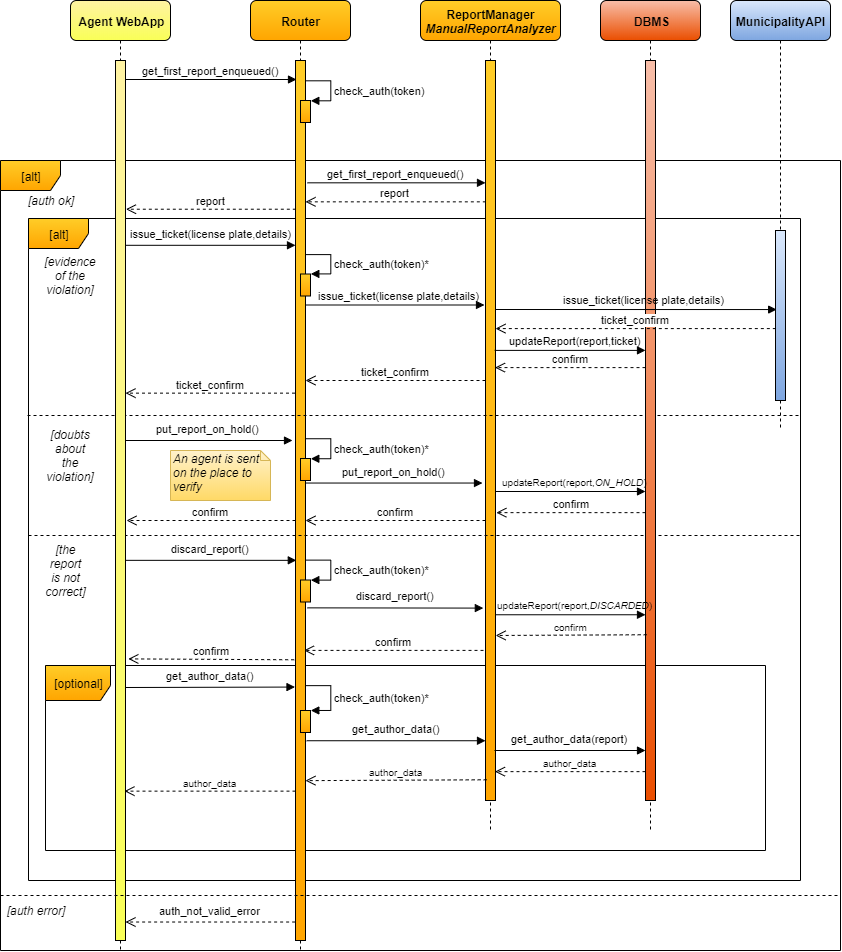
Earlier version of the draw.io export DD/img/ArchSequenceAgentCheckReport.png (SimoneSartoni/SoftwareEngineering2). Source tidied: cells renumbered, new cells last; positions are measured from the earlier drawing's top-left corner, leaving out a move shared by most shapes.
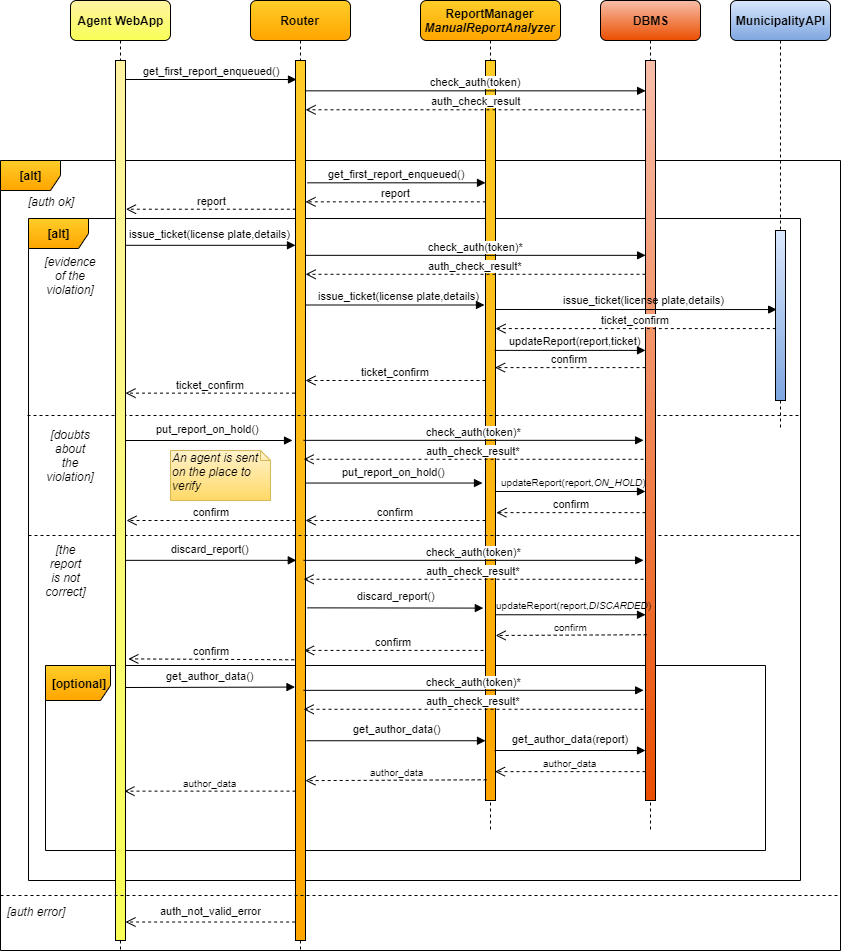
The same file after the commit.

Commit message:
sequence diagrams

Change to the diagram source:
```diff
@@ -2,13 +2,13 @@
   <root>
     <mxCell id="0" />
     <mxCell id="1" parent="0" />
-    <mxCell id="2" value="[alt]" style="shape=umlFrame;whiteSpace=wrap;html=1;gradientColor=#ffa500;fillColor=#ffcd28;strokeColor=#000000;" parent="1" vertex="1">
+    <mxCell id="2" value="[alt]" style="shape=umlFrame;whiteSpace=wrap;html=1;gradientColor=#ffa500;fillColor=#ffcd28;strokeColor=#000000;fontStyle=1;" parent="1" vertex="1">
       <mxGeometry y="160" width="840" height="790" as="geometry" />
     </mxCell>
-    <mxCell id="3" value="[alt]" style="shape=umlFrame;whiteSpace=wrap;html=1;gradientColor=#ffa500;fillColor=#ffcd28;strokeColor=#000000;" parent="1" vertex="1">
+    <mxCell id="3" value="[alt]" style="shape=umlFrame;whiteSpace=wrap;html=1;gradientColor=#ffa500;fillColor=#ffcd28;strokeColor=#000000;fontStyle=1;" parent="1" vertex="1">
       <mxGeometry x="28" y="218" width="772" height="662" as="geometry" />
     </mxCell>
-    <mxCell id="4" value="[optional]" style="shape=umlFrame;whiteSpace=wrap;html=1;gradientColor=#ffa500;fillColor=#ffcd28;strokeColor=#000000;width=65;height=35;" parent="1" vertex="1">
+    <mxCell id="4" value="[optional]" style="shape=umlFrame;whiteSpace=wrap;html=1;gradientColor=#ffa500;fillColor=#ffcd28;strokeColor=#000000;width=65;height=35;fontStyle=1;" parent="1" vertex="1">
       <mxGeometry x="45" y="665" width="720" height="185" as="geometry" />
     </mxCell>
     <mxCell id="5" value="issue_ticket(license plate,details)" style="html=1;verticalAlign=bottom;endArrow=block;exitX=0.929;exitY=0.432;exitDx=0;exitDy=0;exitPerimeter=0;spacing=4;labelBackgroundColor=none;" parent="1" edge="1">
@@ -23,40 +23,6 @@
     <mxCell id="7" style="html=1;points=[];perimeter=orthogonalPerimeter;gradientColor=#FFA500;fillColor=#FFCD28;" parent="6" vertex="1">
       <mxGeometry x="45" y="60" width="10" height="880" as="geometry" />
     </mxCell>
-    <mxCell id="8" style="html=1;points=[];perimeter=orthogonalPerimeter;gradientColor=#FFA500;fillColor=#FFCD28;" parent="6" vertex="1">
-      <mxGeometry x="50" y="273.5" width="10" height="22" as="geometry" />
-    </mxCell>
-    <mxCell id="9" value="check_auth(token)*" style="edgeStyle=orthogonalEdgeStyle;html=1;align=left;spacingLeft=2;endArrow=block;rounded=0;entryX=1;entryY=0;" parent="6" edge="1" target="8">
-      <mxGeometry x="0.08" relative="1" as="geometry">
-        <mxPoint x="54.8" y="253.8" as="sourcePoint" />
-        <Array as="points">
-          <mxPoint x="80" y="253.5" />
-        </Array>
-      </mxGeometry>
-    </mxCell>
-    <mxCell id="10" style="html=1;points=[];perimeter=orthogonalPerimeter;gradientColor=#FFA500;fillColor=#FFCD28;" parent="6" vertex="1">
-      <mxGeometry x="50" y="710" width="10" height="22" as="geometry" />
-    </mxCell>
-    <mxCell id="11" value="check_auth(token)*" style="edgeStyle=orthogonalEdgeStyle;html=1;align=left;spacingLeft=2;endArrow=block;rounded=0;entryX=1;entryY=0;" parent="6" edge="1" target="10">
-      <mxGeometry x="0.08" relative="1" as="geometry">
-        <mxPoint x="54.8" y="685" as="sourcePoint" />
-        <Array as="points">
-          <mxPoint x="80" y="685" />
-          <mxPoint x="80" y="710" />
-        </Array>
-      </mxGeometry>
-    </mxCell>
-    <mxCell id="12" style="html=1;points=[];perimeter=orthogonalPerimeter;gradientColor=#FFA500;fillColor=#FFCD28;" parent="6" vertex="1">
-      <mxGeometry x="50" y="579.5" width="10" height="22" as="geometry" />
-    </mxCell>
-    <mxCell id="13" value="check_auth(token)*" style="edgeStyle=orthogonalEdgeStyle;html=1;align=left;spacingLeft=2;endArrow=block;rounded=0;entryX=1;entryY=0;" parent="6" edge="1" target="12">
-      <mxGeometry x="0.08" relative="1" as="geometry">
-        <mxPoint x="54.6" y="559.8" as="sourcePoint" />
-        <Array as="points">
-          <mxPoint x="80" y="559.5" />
-        </Array>
-      </mxGeometry>
-    </mxCell>
     <mxCell id="14" value="ReportManager&lt;br&gt;&lt;i&gt;ManualReportAnalyzer&lt;/i&gt;" style="shape=umlLifeline;perimeter=lifelinePerimeter;whiteSpace=wrap;html=1;rounded=1;gradientColor=#FFA500;fillColor=#FFCD28;fontStyle=1;" parent="1" vertex="1">
       <mxGeometry x="420" width="140" height="830" as="geometry" />
     </mxCell>
@@ -137,17 +103,6 @@
     <mxCell id="37" value="report" style="html=1;verticalAlign=bottom;endArrow=open;dashed=1;endSize=8;exitX=0.033;exitY=0.191;exitDx=0;exitDy=0;exitPerimeter=0;" parent="1" edge="1" source="15" target="7">
       <mxGeometry relative="1" as="geometry" />
     </mxCell>
-    <mxCell id="38" style="html=1;points=[];perimeter=orthogonalPerimeter;gradientColor=#FFA500;fillColor=#FFCD28;" parent="1" vertex="1">
-      <mxGeometry x="300" y="100" width="10" height="22" as="geometry" />
-    </mxCell>
-    <mxCell id="39" value="check_auth(token)" style="edgeStyle=orthogonalEdgeStyle;html=1;align=left;spacingLeft=2;endArrow=block;rounded=0;entryX=1;entryY=0;" parent="1" edge="1" target="38">
-      <mxGeometry x="0.08" relative="1" as="geometry">
-        <mxPoint x="304.8" y="80" as="sourcePoint" />
-        <Array as="points">
-          <mxPoint x="330" y="80" />
-        </Array>
-      </mxGeometry>
-    </mxCell>
     <mxCell id="40" value="issue_ticket(license plate,details)" style="html=1;verticalAlign=bottom;endArrow=block;spacing=4;labelBackgroundColor=none;entryX=0.117;entryY=0.465;entryDx=0;entryDy=0;entryPerimeter=0;" parent="1" edge="1" target="33">
       <mxGeometry x="0.06" y="-1" relative="1" as="geometry">
         <mxPoint x="495" y="309" as="sourcePoint" />
@@ -169,17 +124,6 @@
         <mxPoint x="292" y="440" as="targetPoint" />
       </mxGeometry>
     </mxCell>
-    <mxCell id="45" style="html=1;points=[];perimeter=orthogonalPerimeter;gradientColor=#FFA500;fillColor=#FFCD28;" parent="1" vertex="1">
-      <mxGeometry x="300" y="458" width="10" height="22" as="geometry" />
-    </mxCell>
-    <mxCell id="46" value="check_auth(token)*" style="edgeStyle=orthogonalEdgeStyle;html=1;align=left;spacingLeft=2;endArrow=block;rounded=0;entryX=1;entryY=0;" parent="1" edge="1" target="45">
-      <mxGeometry x="0.08" relative="1" as="geometry">
-        <mxPoint x="304.6" y="438.5" as="sourcePoint" />
-        <Array as="points">
-          <mxPoint x="330" y="438" />
-        </Array>
-      </mxGeometry>
-    </mxCell>
     <mxCell id="47" value="put_report_on_hold()" style="html=1;verticalAlign=bottom;endArrow=block;spacingTop=0;spacing=5;labelBackgroundColor=none;entryX=-0.3;entryY=0.571;entryDx=0;entryDy=0;entryPerimeter=0;" parent="1" edge="1" source="7" target="15">
       <mxGeometry x="-0.01" relative="1" as="geometry" />
     </mxCell>
@@ -249,5 +193,59 @@
     <mxCell id="64" value="auth_not_valid_error" style="html=1;verticalAlign=bottom;endArrow=open;dashed=1;endSize=8;rounded=0;spacingTop=0;spacingBottom=3;exitX=-0.038;exitY=0.979;exitDx=0;exitDy=0;exitPerimeter=0;" parent="1" edge="1" source="7" target="31">
       <mxGeometry relative="1" as="geometry" />
     </mxCell>
+    <mxCell id="65" value="auth_check_result" style="html=1;verticalAlign=bottom;endArrow=open;dashed=1;endSize=8;entryX=1.01;entryY=0.056;entryDx=0;entryDy=0;entryPerimeter=0;" parent="1" edge="1" source="29" target="7">
+      <mxGeometry relative="1" as="geometry" />
+    </mxCell>
+    <mxCell id="39" value="check_auth(token)" style="html=1;verticalAlign=bottom;endArrow=block;entryX=0.01;entryY=0.041;entryDx=0;entryDy=0;entryPerimeter=0;" parent="1" edge="1" source="7" target="29">
+      <mxGeometry relative="1" as="geometry" />
+    </mxCell>
+    <mxCell id="66" value="auth_check_result*" style="html=1;verticalAlign=bottom;endArrow=open;dashed=1;endSize=8;entryX=1.01;entryY=0.056;entryDx=0;entryDy=0;entryPerimeter=0;" parent="1" edge="1">
+      <mxGeometry relative="1" as="geometry">
+        <mxPoint x="645" y="273.8" as="sourcePoint" />
+        <mxPoint x="305.1" y="273.8" as="targetPoint" />
+      </mxGeometry>
+    </mxCell>
+    <mxCell id="67" value="check_auth(token)*" style="html=1;verticalAlign=bottom;endArrow=block;entryX=0.01;entryY=0.041;entryDx=0;entryDy=0;entryPerimeter=0;" parent="1" edge="1">
+      <mxGeometry relative="1" as="geometry">
+        <mxPoint x="305" y="254.8" as="sourcePoint" />
+        <mxPoint x="645.1" y="254.8" as="targetPoint" />
+      </mxGeometry>
+    </mxCell>
+    <mxCell id="68" value="auth_check_result*" style="html=1;verticalAlign=bottom;endArrow=open;dashed=1;endSize=8;entryX=1.01;entryY=0.056;entryDx=0;entryDy=0;entryPerimeter=0;" parent="1" edge="1">
+      <mxGeometry relative="1" as="geometry">
+        <mxPoint x="643" y="458.8" as="sourcePoint" />
+        <mxPoint x="303.1" y="458.8" as="targetPoint" />
+      </mxGeometry>
+    </mxCell>
+    <mxCell id="69" value="check_auth(token)*" style="html=1;verticalAlign=bottom;endArrow=block;entryX=0.01;entryY=0.041;entryDx=0;entryDy=0;entryPerimeter=0;" parent="1" edge="1">
+      <mxGeometry relative="1" as="geometry">
+        <mxPoint x="303" y="439.8" as="sourcePoint" />
+        <mxPoint x="643.1" y="439.8" as="targetPoint" />
+      </mxGeometry>
+    </mxCell>
+    <mxCell id="70" value="auth_check_result*" style="html=1;verticalAlign=bottom;endArrow=open;dashed=1;endSize=8;entryX=1.01;entryY=0.056;entryDx=0;entryDy=0;entryPerimeter=0;" parent="1" edge="1">
+      <mxGeometry relative="1" as="geometry">
+        <mxPoint x="643" y="578.8" as="sourcePoint" />
+        <mxPoint x="303.1" y="578.8" as="targetPoint" />
+      </mxGeometry>
+    </mxCell>
+    <mxCell id="71" value="check_auth(token)*" style="html=1;verticalAlign=bottom;endArrow=block;entryX=0.01;entryY=0.041;entryDx=0;entryDy=0;entryPerimeter=0;" parent="1" edge="1">
+      <mxGeometry relative="1" as="geometry">
+        <mxPoint x="303" y="559.8" as="sourcePoint" />
+        <mxPoint x="643.1" y="559.8" as="targetPoint" />
+      </mxGeometry>
+    </mxCell>
+    <mxCell id="72" value="auth_check_result*" style="html=1;verticalAlign=bottom;endArrow=open;dashed=1;endSize=8;entryX=1.01;entryY=0.056;entryDx=0;entryDy=0;entryPerimeter=0;" parent="1" edge="1">
+      <mxGeometry relative="1" as="geometry">
+        <mxPoint x="643" y="708.8" as="sourcePoint" />
+        <mxPoint x="303.1" y="708.8" as="targetPoint" />
+      </mxGeometry>
+    </mxCell>
+    <mxCell id="73" value="check_auth(token)*" style="html=1;verticalAlign=bottom;endArrow=block;entryX=0.01;entryY=0.041;entryDx=0;entryDy=0;entryPerimeter=0;" parent="1" edge="1">
+      <mxGeometry relative="1" as="geometry">
+        <mxPoint x="303" y="689.8" as="sourcePoint" />
+        <mxPoint x="643.1" y="689.8" as="targetPoint" />
+      </mxGeometry>
+    </mxCell>
   </root>
 </mxGraphModel>
```
